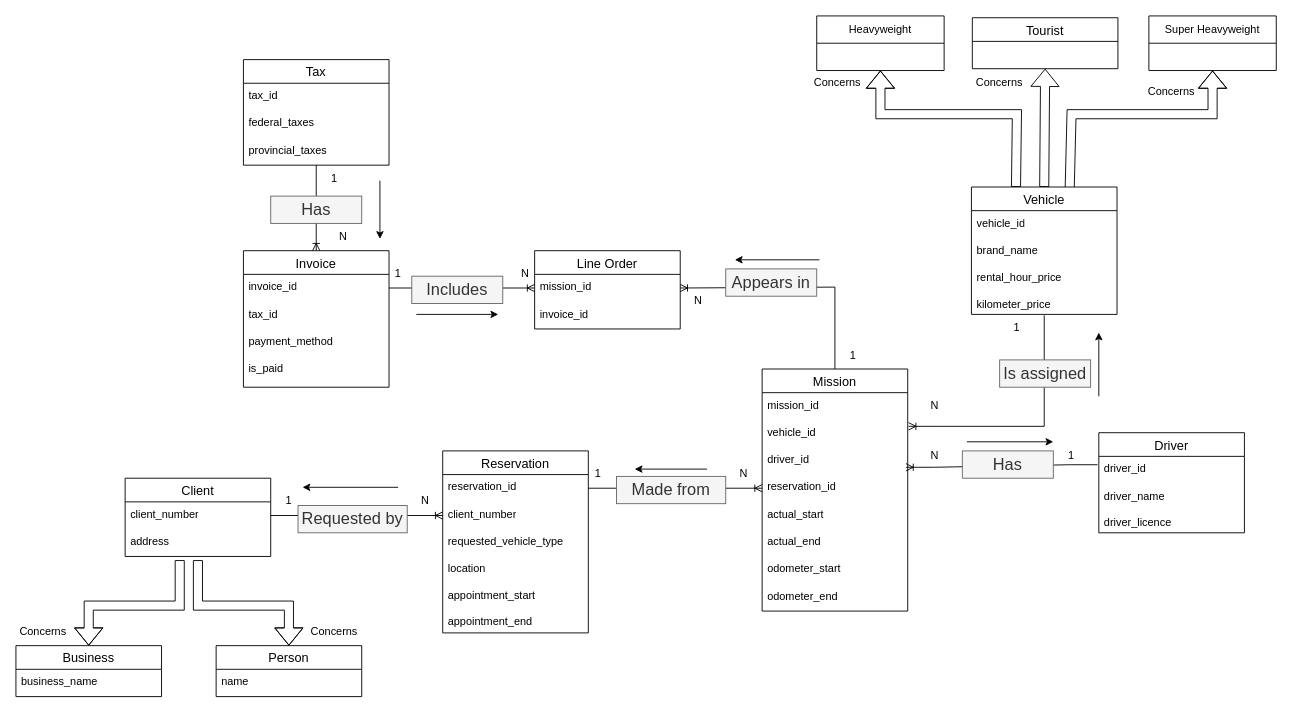
Above: project_conceptual.drawio in Mishtec/Comp-Project (draw.io), before the change. Source tidied: cells renumbered, new cells numbered last; positions are measured from the earlier drawing's top-left corner, leaving out a move shared by most shapes. Both pictures are drawn from the tidied source at 91%, with x=0, y=0 at pixel (15, 15).
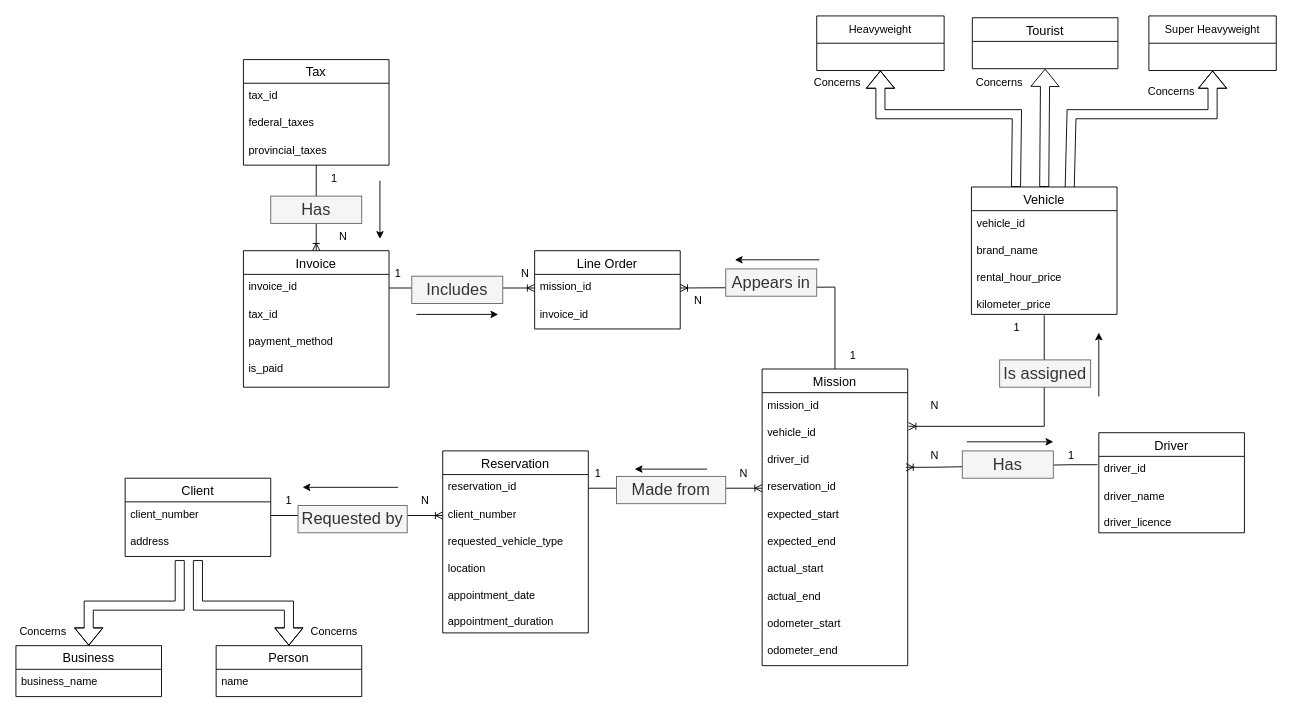
The same page after the edit.

Commit message:
Changed reservation to have appointment_date and appointment_duration, and for mission to have expected_starts and end

The change refers to these unchanged cells:
```xml
<mxCell id="38" value="Reservation" style="swimlane;fontStyle=0;horizontal=1;startSize=26;align=center;fontSize=14;" parent="1" vertex="1">
  <mxGeometry x="469" y="478" width="160" height="200" as="geometry" />
</mxCell>
```

The edit, as a diff of the source:
```diff
@@
     <mxCell id="2" value="Mission" style="swimlane;fontStyle=0;horizontal=1;startSize=26;align=center;fontSize=14;" parent="1" vertex="1">
-      <mxGeometry x="820" y="388" width="160" height="266" as="geometry" />
+      <mxGeometry x="820" y="388" width="160" height="326" as="geometry" />
     </mxCell>
@@
-    <mxCell id="7" value="actual_start" style="text;strokeColor=none;fillColor=none;spacingLeft=4;spacingRight=4;overflow=hidden;fontSize=12;whiteSpace=wrap;html=1;" parent="2" vertex="1">
+    <mxCell id="7" value="expected_start" style="text;strokeColor=none;fillColor=none;spacingLeft=4;spacingRight=4;overflow=hidden;fontSize=12;whiteSpace=wrap;html=1;" parent="2" vertex="1">
       <mxGeometry y="146" width="160" height="30" as="geometry" />
     </mxCell>
-    <mxCell id="8" value="actual_end" style="text;strokeColor=none;fillColor=none;spacingLeft=4;spacingRight=4;overflow=hidden;fontSize=12;whiteSpace=wrap;html=1;" parent="2" vertex="1">
+    <mxCell id="8" value="expected_end" style="text;strokeColor=none;fillColor=none;spacingLeft=4;spacingRight=4;overflow=hidden;fontSize=12;whiteSpace=wrap;html=1;" parent="2" vertex="1">
       <mxGeometry y="176" width="160" height="30" as="geometry" />
     </mxCell>
+    <mxCell id="90" value="actual_start" style="text;strokeColor=none;fillColor=none;spacingLeft=4;spacingRight=4;overflow=hidden;fontSize=12;whiteSpace=wrap;html=1;" parent="2" vertex="1">
+      <mxGeometry y="206" width="160" height="30" as="geometry" />
+    </mxCell>
+    <mxCell id="91" value="actual_end" style="text;strokeColor=none;fillColor=none;spacingLeft=4;spacingRight=4;overflow=hidden;fontSize=12;whiteSpace=wrap;html=1;" parent="2" vertex="1">
+      <mxGeometry y="236" width="160" height="30" as="geometry" />
+    </mxCell>
     <mxCell id="9" value="odometer_start" style="text;strokeColor=none;fillColor=none;spacingLeft=4;spacingRight=4;overflow=hidden;fontSize=12;whiteSpace=wrap;html=1;" parent="2" vertex="1">
-      <mxGeometry y="206" width="160" height="30" as="geometry" />
+      <mxGeometry y="266" width="160" height="30" as="geometry" />
     </mxCell>
     <mxCell id="10" value="odometer_end" style="text;strokeColor=none;fillColor=none;spacingLeft=4;spacingRight=4;overflow=hidden;fontSize=12;whiteSpace=wrap;html=1;" parent="2" vertex="1">
-      <mxGeometry y="236" width="160" height="30" as="geometry" />
+      <mxGeometry y="296" width="160" height="30" as="geometry" />
     </mxCell>
@@
-    <mxCell id="42" value="&lt;div&gt;location&lt;/div&gt;&lt;div&gt;&lt;br&gt;&lt;/div&gt;&lt;div&gt;appointment_start&lt;/div&gt;&lt;div&gt;&lt;br&gt;&lt;/div&gt;&lt;div&gt;appointment_end&lt;br&gt;&lt;/div&gt;&lt;div&gt;&lt;br&gt;&lt;/div&gt;&lt;div&gt;&lt;br&gt;&lt;/div&gt;" style="text;strokeColor=none;fillColor=none;spacingLeft=4;spacingRight=4;overflow=hidden;fontSize=12;whiteSpace=wrap;html=1;" parent="38" vertex="1">
+    <mxCell id="42" value="&lt;div&gt;location&lt;/div&gt;&lt;div&gt;&lt;br&gt;&lt;/div&gt;&lt;div&gt;appointment_date&lt;/div&gt;&lt;div&gt;&lt;br&gt;&lt;/div&gt;&lt;div&gt;appointment_duration&lt;br&gt;&lt;/div&gt;&lt;div&gt;&lt;br&gt;&lt;/div&gt;&lt;div&gt;&lt;br&gt;&lt;/div&gt;" style="text;strokeColor=none;fillColor=none;spacingLeft=4;spacingRight=4;overflow=hidden;fontSize=12;whiteSpace=wrap;html=1;" parent="38" vertex="1">
       <mxGeometry y="116" width="160" height="84" as="geometry" />
     </mxCell>
```
